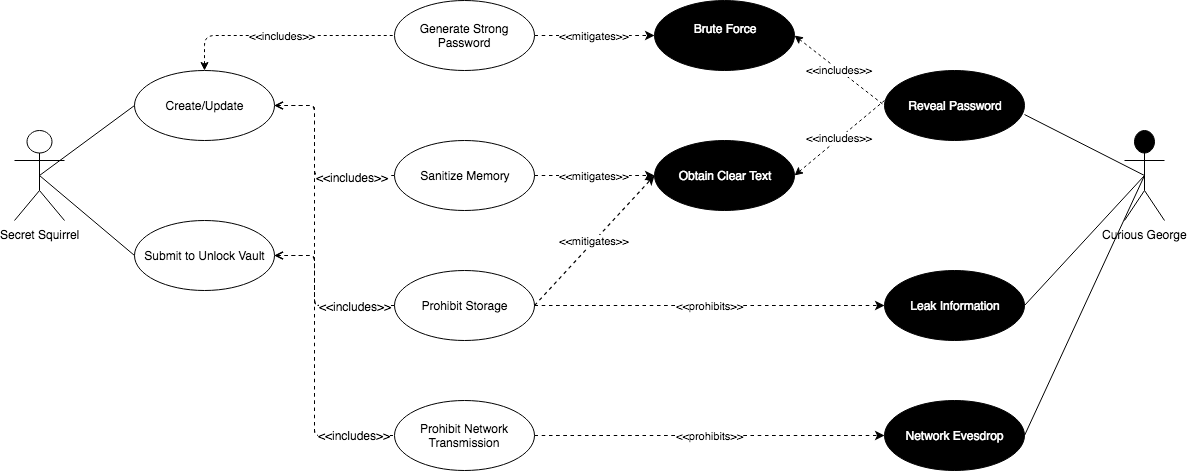
sdfrench/CYBR8420-GotRoot keeps this draw.io diagram as Images/Use Cases-Master Password.png. Above is the earlier version. Source tidied: cells renumbered, new cells last; positions are measured from the earlier drawing's top-left corner, leaving out a move shared by most shapes.
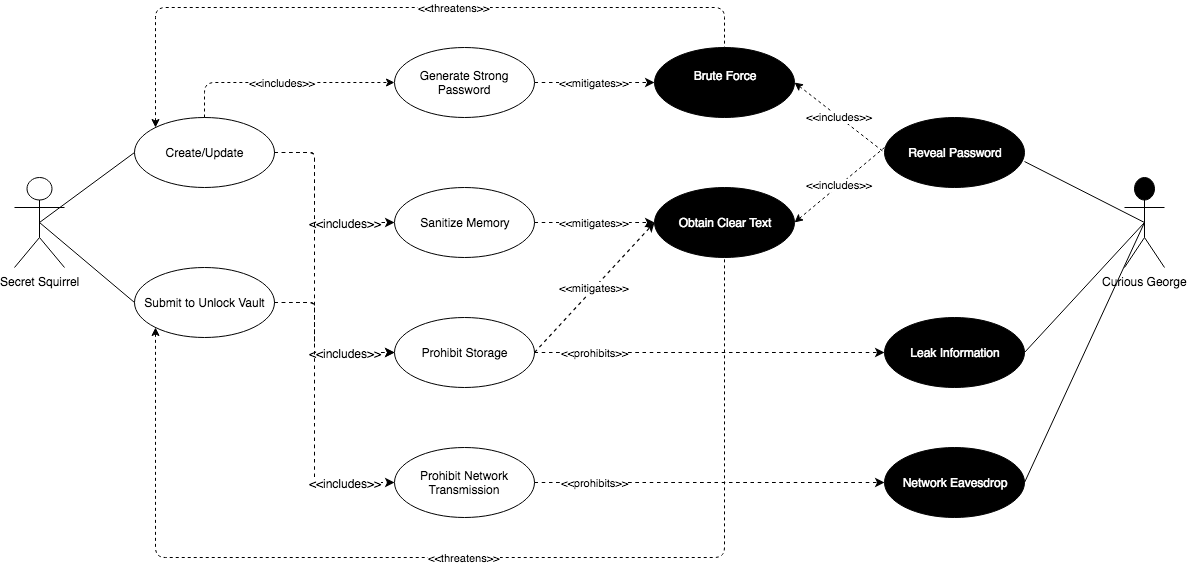
Above is the later version.

Change to the diagram source:
```diff
@@ -5,7 +5,7 @@
     <mxCell id="2" value="Create/Update" style="ellipse;whiteSpace=wrap;html=1;" parent="1" vertex="1">
       <mxGeometry x="120" y="70" width="140" height="70" as="geometry" />
     </mxCell>
-    <mxCell id="3" style="html=1;jettySize=18;fontSize=11;strokeOpacity=100;dashed=1;strokeWidth=1.2;rounded=1;arcSize=10;startArrow=open;endArrow=none;elbow=vertical;endFill=0;entryX=0;entryY=0.5;entryDx=0;entryDy=0;edgeStyle=orthogonalEdgeStyle;exitX=1;exitY=0.5;exitDx=0;exitDy=0;" parent="1" edge="1" source="2" target="12">
+    <mxCell id="3" style="html=1;jettySize=18;fontSize=11;strokeOpacity=100;dashed=1;strokeWidth=1.2;rounded=1;arcSize=10;startArrow=none;endArrow=classic;elbow=vertical;endFill=1;entryX=0;entryY=0.5;entryDx=0;entryDy=0;edgeStyle=orthogonalEdgeStyle;exitX=1;exitY=0.5;exitDx=0;exitDy=0;startFill=0;" parent="1" edge="1" source="2" target="12">
       <mxGeometry relative="1" as="geometry">
         <Array as="points">
           <mxPoint x="300" y="105" />
@@ -14,7 +14,9 @@
       </mxGeometry>
     </mxCell>
     <mxCell id="4" value="&amp;lt;&amp;lt;includes&amp;gt;&amp;gt;" style="text;html=1;align=center;verticalAlign=middle;labelBackgroundColor=#ffffff;" parent="3" vertex="1">
-      <mxGeometry x="0.55" y="-1" relative="1" as="geometry" />
+      <mxGeometry x="0.55" y="-1" relative="1" as="geometry">
+        <mxPoint x="-7" y="-1" as="offset" />
+      </mxGeometry>
     </mxCell>
     <mxCell id="5" style="rounded=1;jettySize=auto;html=1;exitX=0.5;exitY=0.5;exitDx=0;exitDy=0;exitPerimeter=0;entryX=0;entryY=0.5;entryDx=0;entryDy=0;fontColor=#FFFFFF;startArrow=none;startFill=0;endArrow=none;endFill=0;" parent="1" edge="1" source="6" target="2">
       <mxGeometry relative="1" as="geometry" />
@@ -31,7 +33,7 @@
     <mxCell id="9" value="Submit to Unlock Vault" style="ellipse;whiteSpace=wrap;html=1;" parent="1" vertex="1">
       <mxGeometry x="120" y="220" width="140" height="70" as="geometry" />
     </mxCell>
-    <mxCell id="10" value="&amp;lt;&amp;lt;includes&amp;gt;&amp;gt;" style="edgeStyle=orthogonalEdgeStyle;rounded=1;jettySize=auto;html=1;dashed=1;startArrow=classic;startFill=1;endArrow=none;endFill=0;fontColor=#000000;exitX=0.5;exitY=0;exitDx=0;exitDy=0;entryX=0;entryY=0.5;entryDx=0;entryDy=0;" parent="1" edge="1" source="2" target="11">
+    <mxCell id="10" value="&amp;lt;&amp;lt;includes&amp;gt;&amp;gt;" style="edgeStyle=orthogonalEdgeStyle;rounded=1;jettySize=auto;html=1;dashed=1;startArrow=none;startFill=0;endArrow=classic;endFill=1;fontColor=#000000;exitX=0.5;exitY=0;exitDx=0;exitDy=0;entryX=0;entryY=0.5;entryDx=0;entryDy=0;" parent="1" edge="1" source="2" target="11">
       <mxGeometry relative="1" as="geometry" />
     </mxCell>
     <mxCell id="11" value="Generate Strong Password" style="ellipse;whiteSpace=wrap;html=1;" parent="1" vertex="1">
@@ -55,7 +57,7 @@
     <mxCell id="17" value="Obtain Clear Text" style="ellipse;whiteSpace=wrap;html=1;fillColor=#000000;fontColor=#FFFFFF;" parent="1" vertex="1">
       <mxGeometry x="640" y="140" width="140" height="70" as="geometry" />
     </mxCell>
-    <mxCell id="18" value="Network Evesdrop" style="ellipse;whiteSpace=wrap;html=1;fillColor=#000000;fontColor=#FFFFFF;" parent="1" vertex="1">
+    <mxCell id="18" value="Network Eavesdrop" style="ellipse;whiteSpace=wrap;html=1;fillColor=#000000;fontColor=#FFFFFF;" parent="1" vertex="1">
       <mxGeometry x="870" y="400" width="140" height="70" as="geometry" />
     </mxCell>
     <mxCell id="19" value="Curious George" style="shape=umlActor;verticalLabelPosition=bottom;labelBackgroundColor=#ffffff;verticalAlign=top;html=1;fillColor=#000000;" parent="1" vertex="1">
@@ -80,10 +82,10 @@
       <mxGeometry relative="1" as="geometry" />
     </mxCell>
     <mxCell id="26" value="&amp;lt;&amp;lt;prohibits&amp;gt;&amp;gt;" style="html=1;jettySize=18;fontSize=11;strokeOpacity=100;dashed=1;strokeWidth=1.2;rounded=1;arcSize=10;startArrow=none;endArrow=classic;endFill=1;startFill=0;exitX=1;exitY=0.5;exitDx=0;exitDy=0;entryX=0;entryY=0.5;entryDx=0;entryDy=0;" parent="1" edge="1" source="13" target="7">
-      <mxGeometry relative="1" as="geometry" />
+      <mxGeometry x="-0.66" relative="1" as="geometry" />
     </mxCell>
     <mxCell id="27" value="&amp;lt;&amp;lt;prohibits&amp;gt;&amp;gt;" style="html=1;jettySize=18;fontSize=11;strokeOpacity=100;dashed=1;strokeWidth=1.2;rounded=1;arcSize=10;startArrow=none;endArrow=classic;endFill=1;startFill=0;exitX=1;exitY=0.5;exitDx=0;exitDy=0;entryX=0;entryY=0.5;entryDx=0;entryDy=0;" parent="1" edge="1" source="14" target="18">
-      <mxGeometry relative="1" as="geometry" />
+      <mxGeometry x="-0.66" relative="1" as="geometry" />
     </mxCell>
     <mxCell id="28" value="&amp;lt;&amp;lt;includes&amp;gt;&amp;gt;" style="edgeStyle=none;rounded=1;jettySize=auto;html=1;dashed=1;startArrow=classic;startFill=1;endArrow=none;endFill=0;fontColor=#000000;entryX=0;entryY=0.5;entryDx=0;entryDy=0;exitX=1;exitY=0.5;exitDx=0;exitDy=0;" parent="1" edge="1" source="15" target="16">
       <mxGeometry relative="1" as="geometry" />
@@ -93,7 +95,7 @@
         <mxPoint x="870" y="100" as="targetPoint" />
       </mxGeometry>
     </mxCell>
-    <mxCell id="30" style="html=1;jettySize=18;fontSize=11;strokeOpacity=100;dashed=1;strokeWidth=1.2;rounded=1;arcSize=10;startArrow=open;endArrow=none;elbow=vertical;endFill=0;entryX=0;entryY=0.5;entryDx=0;entryDy=0;exitX=1;exitY=0.5;exitDx=0;exitDy=0;edgeStyle=orthogonalEdgeStyle;" parent="1" edge="1" source="2" target="13">
+    <mxCell id="30" style="html=1;jettySize=18;fontSize=11;strokeOpacity=100;dashed=1;strokeWidth=1.2;rounded=1;arcSize=10;startArrow=none;endArrow=classic;elbow=vertical;endFill=1;entryX=0;entryY=0.5;entryDx=0;entryDy=0;exitX=1;exitY=0.5;exitDx=0;exitDy=0;edgeStyle=orthogonalEdgeStyle;startFill=0;" parent="1" edge="1" source="2" target="13">
       <mxGeometry relative="1" as="geometry">
         <Array as="points">
           <mxPoint x="300" y="105" />
@@ -101,7 +103,7 @@
         </Array>
       </mxGeometry>
     </mxCell>
-    <mxCell id="31" style="html=1;jettySize=18;fontSize=11;strokeOpacity=100;dashed=1;strokeWidth=1.2;rounded=1;arcSize=10;startArrow=open;endArrow=none;elbow=vertical;endFill=0;entryX=0;entryY=0.5;entryDx=0;entryDy=0;edgeStyle=orthogonalEdgeStyle;exitX=1;exitY=0.5;exitDx=0;exitDy=0;" parent="1" edge="1" source="9" target="13">
+    <mxCell id="31" style="html=1;jettySize=18;fontSize=11;strokeOpacity=100;dashed=1;strokeWidth=1.2;rounded=1;arcSize=10;startArrow=none;endArrow=classic;elbow=vertical;endFill=1;entryX=0;entryY=0.5;entryDx=0;entryDy=0;edgeStyle=orthogonalEdgeStyle;exitX=1;exitY=0.5;exitDx=0;exitDy=0;startFill=0;" parent="1" edge="1" source="9" target="13">
       <mxGeometry relative="1" as="geometry">
         <Array as="points">
           <mxPoint x="300" y="255" />
@@ -111,10 +113,10 @@
     </mxCell>
     <mxCell id="32" value="&amp;lt;&amp;lt;includes&amp;gt;&amp;gt;" style="text;html=1;align=center;verticalAlign=middle;labelBackgroundColor=#ffffff;" parent="31" vertex="1">
       <mxGeometry x="0.44" y="-5" relative="1" as="geometry">
-        <mxPoint x="8" y="-5" as="offset" />
+        <mxPoint x="-2" y="-5" as="offset" />
       </mxGeometry>
     </mxCell>
-    <mxCell id="33" style="html=1;jettySize=18;fontSize=11;strokeOpacity=100;dashed=1;strokeWidth=1.2;rounded=1;arcSize=10;startArrow=open;endArrow=none;elbow=vertical;endFill=0;entryX=0;entryY=0.5;entryDx=0;entryDy=0;edgeStyle=orthogonalEdgeStyle;exitX=1;exitY=0.5;exitDx=0;exitDy=0;" parent="1" edge="1" source="9" target="14">
+    <mxCell id="33" style="html=1;jettySize=18;fontSize=11;strokeOpacity=100;dashed=1;strokeWidth=1.2;rounded=1;arcSize=10;startArrow=none;endArrow=classic;elbow=vertical;endFill=1;entryX=0;entryY=0.5;entryDx=0;entryDy=0;edgeStyle=orthogonalEdgeStyle;exitX=1;exitY=0.5;exitDx=0;exitDy=0;startFill=0;" parent="1" edge="1" source="9" target="14">
       <mxGeometry relative="1" as="geometry">
         <Array as="points">
           <mxPoint x="300" y="255" />
@@ -123,7 +125,25 @@
       </mxGeometry>
     </mxCell>
     <mxCell id="34" value="&amp;lt;&amp;lt;includes&amp;gt;&amp;gt;" style="text;html=1;align=center;verticalAlign=middle;labelBackgroundColor=#ffffff;" parent="33" vertex="1">
-      <mxGeometry x="0.73" y="1" relative="1" as="geometry" />
+      <mxGeometry x="0.73" y="1" relative="1" as="geometry">
+        <mxPoint x="-9" y="1" as="offset" />
+      </mxGeometry>
     </mxCell>
+    <mxCell id="35" value="&amp;lt;&amp;lt;threatens&amp;gt;&amp;gt;" style="edgeStyle=orthogonalEdgeStyle;rounded=1;jettySize=auto;html=1;dashed=1;startArrow=classic;startFill=1;endArrow=none;endFill=0;fontColor=#000000;entryX=0.5;entryY=0;entryDx=0;entryDy=0;exitX=0;exitY=0;exitDx=0;exitDy=0;" parent="1" edge="1" source="2" target="15">
+      <mxGeometry x="0.15" relative="1" as="geometry">
+        <Array as="points">
+          <mxPoint x="141" y="-40" />
+          <mxPoint x="710" y="-40" />
+        </Array>
+      </mxGeometry>
+    </mxCell>
+    <mxCell id="36" value="&amp;lt;&amp;lt;threatens&amp;gt;&amp;gt;" style="edgeStyle=orthogonalEdgeStyle;rounded=1;jettySize=auto;html=1;dashed=1;startArrow=classic;startFill=1;endArrow=none;endFill=0;fontColor=#000000;entryX=0.5;entryY=1;entryDx=0;entryDy=0;exitX=0;exitY=1;exitDx=0;exitDy=0;" parent="1" edge="1" source="9" target="17">
+      <mxGeometry x="-0.02" relative="1" as="geometry">
+        <Array as="points">
+          <mxPoint x="141" y="510" />
+          <mxPoint x="710" y="510" />
+        </Array>
+      </mxGeometry>
+    </mxCell>
   </root>
 </mxGraphModel>
```
